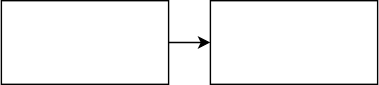
Earlier version of the draw.io export test.drawio.svg (zjxystudent/note). Source tidied: cells renumbered, new cells last; positions are measured from the earlier drawing's top-left corner, leaving out a move shared by most shapes.
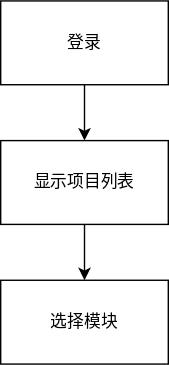
The same file after the commit.

Diff of the diagram source:
```diff
@@ -2,14 +2,20 @@
   <root>
     <mxCell id="0" />
     <mxCell id="1" parent="0" />
-    <mxCell id="2" style="edgeStyle=none;html=1;exitX=1;exitY=0.5;exitDx=0;exitDy=0;" parent="1" edge="1" source="3" target="4">
+    <mxCell id="2" style="edgeStyle=none;html=1;exitX=0.5;exitY=1;exitDx=0;exitDy=0;" parent="1" edge="1" source="3" target="4">
       <mxGeometry relative="1" as="geometry" />
     </mxCell>
-    <mxCell id="3" style="rounded=0;whiteSpace=wrap;html=1;" parent="1" vertex="1">
-      <mxGeometry width="120" height="60" as="geometry" />
+    <mxCell id="3" value="登录" style="rounded=0;whiteSpace=wrap;html=1;" parent="1" vertex="1">
+      <mxGeometry x="-30" y="-80" width="120" height="60" as="geometry" />
     </mxCell>
+    <mxCell id="5" style="edgeStyle=none;html=1;exitX=0.5;exitY=1;exitDx=0;exitDy=0;entryX=0.5;entryY=0;entryDx=0;entryDy=0;" parent="1" edge="1" source="4" target="6">
+      <mxGeometry relative="1" as="geometry" />
+    </mxCell>
-    <mxCell id="4" style="rounded=0;whiteSpace=wrap;html=1;" parent="1" vertex="1">
-      <mxGeometry x="150" width="120" height="60" as="geometry" />
+    <mxCell id="4" value="显示项目列表" style="rounded=0;whiteSpace=wrap;html=1;" parent="1" vertex="1">
+      <mxGeometry x="-30" y="20" width="120" height="60" as="geometry" />
     </mxCell>
+    <mxCell id="6" value="选择模块" style="rounded=0;whiteSpace=wrap;html=1;" parent="1" vertex="1">
+      <mxGeometry x="-30" y="120" width="120" height="60" as="geometry" />
+    </mxCell>
   </root>
 </mxGraphModel>
```
